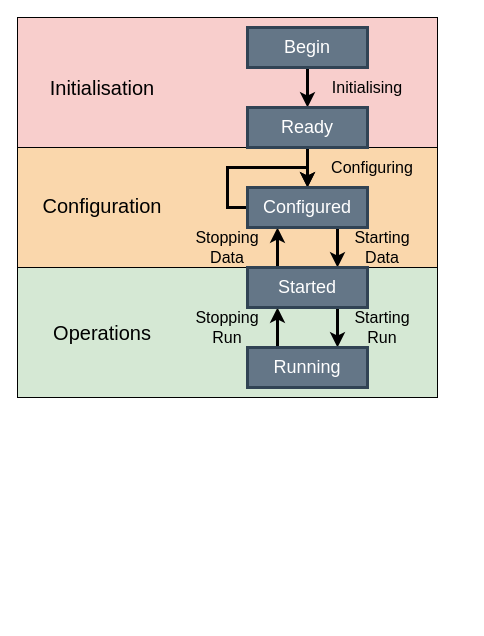
joshtingey/phd-thesis keeps this draw.io diagram as diagrams/5-daq/fsm.drawio. Above is the earlier version. Source tidied: cells renumbered, new cells numbered last; positions are measured from the earlier drawing's top-left corner, leaving out a move shared by most shapes. Both pictures are drawn from the tidied source at 100%, with x=0, y=0 at pixel (17, 17).
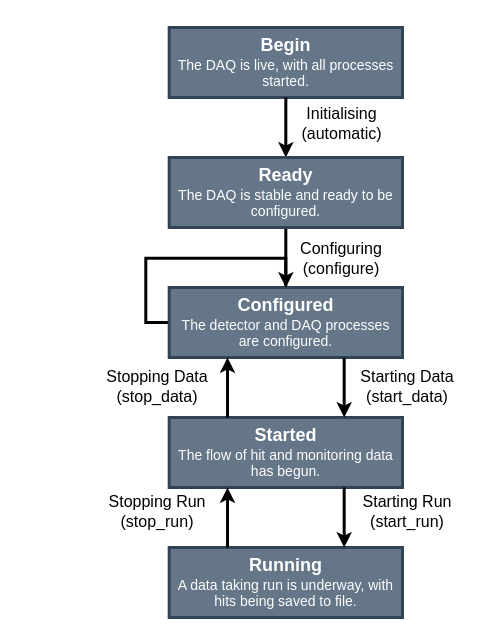
The same diagram, later.

Diff of the diagram source:
```diff
@@
-    <mxCell id="2" style="rounded=0;whiteSpace=wrap;html=1;fillColor=#d5e8d4;" parent="1" vertex="1">
-      <mxGeometry y="250" width="420" height="130" as="geometry" />
-    </mxCell>
-    <mxCell id="3" style="rounded=0;whiteSpace=wrap;html=1;fillColor=#fad7ac;" parent="1" vertex="1">
-      <mxGeometry y="130" width="420" height="120" as="geometry" />
-    </mxCell>
-    <mxCell id="4" style="rounded=0;whiteSpace=wrap;html=1;fillColor=#f8cecc;" parent="1" vertex="1">
-      <mxGeometry width="420" height="130" as="geometry" />
-    </mxCell>
-    <mxCell id="5" style="endArrow=classic;html=1;strokeWidth=3;exitX=0.5;exitY=1;exitDx=0;exitDy=0;entryX=0.5;entryY=0;entryDx=0;entryDy=0;" parent="1" edge="1" source="21" target="22">
-      <mxGeometry relative="1" as="geometry" />
-    </mxCell>
-    <mxCell id="6" style="endArrow=classic;html=1;strokeWidth=3;exitX=0.5;exitY=1;exitDx=0;exitDy=0;entryX=0.5;entryY=0;entryDx=0;entryDy=0;" parent="1" edge="1" source="22" target="23">
-      <mxGeometry relative="1" as="geometry" />
-    </mxCell>
-    <mxCell id="7" style="endArrow=classic;html=1;strokeWidth=3;exitX=0.75;exitY=1;exitDx=0;exitDy=0;entryX=0.75;entryY=0;entryDx=0;entryDy=0;" parent="1" edge="1" source="23" target="24">
-      <mxGeometry relative="1" as="geometry" />
-    </mxCell>
-    <mxCell id="8" style="endArrow=classic;html=1;strokeWidth=3;exitX=0.75;exitY=1;exitDx=0;exitDy=0;entryX=0.75;entryY=0;entryDx=0;entryDy=0;" parent="1" edge="1" source="24" target="25">
-      <mxGeometry relative="1" as="geometry" />
-    </mxCell>
-    <mxCell id="9" value="&lt;font style=&quot;font-size: 16px&quot; face=&quot;lmodern&quot;&gt;Configuring&lt;/font&gt;" style="text;html=1;strokeColor=none;fillColor=none;align=center;verticalAlign=middle;whiteSpace=wrap;rounded=0;" parent="1" vertex="1">
-      <mxGeometry x="300" y="140" width="110" height="20" as="geometry" />
+    <mxCell id="9" value="&lt;font style=&quot;font-size: 16px&quot; face=&quot;lmodern&quot;&gt;Configuring (configure)&lt;br&gt;&lt;/font&gt;" style="text;html=1;strokeColor=none;fillColor=none;align=center;verticalAlign=middle;whiteSpace=wrap;rounded=0;" parent="1" vertex="1">
+      <mxGeometry x="268.3" y="224.7" width="111.7" height="32.1" as="geometry" />
     </mxCell>
-    <mxCell id="10" value="&lt;font style=&quot;font-size: 16px&quot; face=&quot;lmodern&quot;&gt;Initialising&lt;/font&gt;" style="text;html=1;strokeColor=none;fillColor=none;align=center;verticalAlign=middle;whiteSpace=wrap;rounded=0;" parent="1" vertex="1">
-      <mxGeometry x="300" y="60" width="100" height="20" as="geometry" />
+    <mxCell id="10" value="&lt;font style=&quot;font-size: 16px&quot; face=&quot;lmodern&quot;&gt;Initialising (automatic)&lt;br&gt;&lt;/font&gt;" style="text;html=1;strokeColor=none;fillColor=none;align=center;verticalAlign=middle;whiteSpace=wrap;rounded=0;" parent="1" vertex="1">
+      <mxGeometry x="265.8" y="90" width="116.7" height="32.1" as="geometry" />
     </mxCell>
-    <mxCell id="11" value="&lt;font style=&quot;font-size: 16px&quot; face=&quot;lmodern&quot;&gt;Starting Data&lt;br&gt;&lt;/font&gt;" style="text;html=1;strokeColor=none;fillColor=none;align=center;verticalAlign=middle;whiteSpace=wrap;rounded=0;" parent="1" vertex="1">
-      <mxGeometry x="330" y="220" width="70" height="20" as="geometry" />
+    <mxCell id="11" value="&lt;font style=&quot;font-size: 16px&quot; face=&quot;lmodern&quot;&gt;Starting Data (start_data)&lt;br&gt;&lt;/font&gt;" style="text;html=1;strokeColor=none;fillColor=none;align=center;verticalAlign=middle;whiteSpace=wrap;rounded=0;" parent="1" vertex="1">
+      <mxGeometry x="330" y="353.2" width="120" height="32.1" as="geometry" />
     </mxCell>
+    <mxCell id="17" style="endArrow=classic;html=1;strokeWidth=3;exitX=0;exitY=0.5;exitDx=0;exitDy=0;edgeStyle=orthogonalEdgeStyle;rounded=0;entryX=0.5;entryY=0;entryDx=0;entryDy=0;" parent="1" edge="1" source="23" target="23">
+      <mxGeometry x="270" y="110" as="geometry">
+        <Array as="points">
+          <mxPoint x="128.3" y="305" />
+          <mxPoint x="128.3" y="240.8" />
+          <mxPoint x="268.3" y="240.8" />
+          <mxPoint x="268.3" y="272.9" />
+        </Array>
+      </mxGeometry>
+    </mxCell>
+    <mxCell id="21" value="&lt;div&gt;&lt;b&gt;&lt;font style=&quot;font-size: 18px&quot; face=&quot;lmodern&quot;&gt;Begin&lt;/font&gt;&lt;/b&gt;&lt;/div&gt;&lt;div style=&quot;font-size: 14px&quot; align=&quot;center&quot;&gt;&lt;font style=&quot;font-size: 14px&quot; face=&quot;lmodern&quot;&gt;The DA&lt;font style=&quot;font-size: 14px&quot;&gt;Q is live, with all processes started.&lt;br&gt;&lt;/font&gt;&lt;/font&gt;&lt;/div&gt;" style="rounded=0;whiteSpace=wrap;html=1;fillColor=#647687;strokeWidth=3;fontColor=#ffffff;strokeColor=#314354;" parent="1" vertex="1">
+      <mxGeometry x="151.7" y="10" width="233.3" height="70" as="geometry" />
+    </mxCell>
+    <mxCell id="5" style="endArrow=classic;html=1;strokeWidth=3;exitX=0.5;exitY=1;exitDx=0;exitDy=0;entryX=0.5;entryY=0;entryDx=0;entryDy=0;" parent="1" edge="1" source="21">
+      <mxGeometry x="270" y="110" as="geometry">
+        <mxPoint x="268.3" y="140" as="targetPoint" />
+      </mxGeometry>
+    </mxCell>
+    <mxCell id="23" value="&lt;div&gt;&lt;b&gt;&lt;font style=&quot;font-size: 18px&quot; face=&quot;lmodern&quot;&gt;Configured&lt;/font&gt;&lt;/b&gt;&lt;/div&gt;&lt;div style=&quot;font-size: 14px&quot;&gt;&lt;font style=&quot;font-size: 14px&quot; face=&quot;lmodern&quot;&gt;The detector and DAQ processes are configured. &lt;br&gt;&lt;/font&gt;&lt;/div&gt;" style="rounded=0;whiteSpace=wrap;html=1;fillColor=#647687;strokeWidth=3;fontColor=#ffffff;strokeColor=#314354;" parent="1" vertex="1">
+      <mxGeometry x="151.7" y="270" width="233.3" height="70" as="geometry" />
+    </mxCell>
+    <mxCell id="6" style="endArrow=classic;html=1;strokeWidth=3;exitX=0.5;exitY=1;exitDx=0;exitDy=0;entryX=0.5;entryY=0;entryDx=0;entryDy=0;" parent="1" edge="1" target="23">
+      <mxGeometry x="270" y="110" as="geometry">
+        <mxPoint x="268.3" y="208.7" as="sourcePoint" />
+      </mxGeometry>
+    </mxCell>
+    <mxCell id="24" value="&lt;div&gt;&lt;b&gt;&lt;font style=&quot;font-size: 18px&quot; face=&quot;lmodern&quot;&gt;Started&lt;/font&gt;&lt;/b&gt;&lt;/div&gt;&lt;div style=&quot;font-size: 14px&quot;&gt;&lt;font style=&quot;font-size: 14px&quot; face=&quot;lmodern&quot;&gt;The flow of hit and monitoring data has begun.&lt;br&gt;&lt;/font&gt;&lt;/div&gt;" style="rounded=0;whiteSpace=wrap;html=1;fillColor=#647687;strokeWidth=3;fontColor=#ffffff;strokeColor=#314354;" parent="1" vertex="1">
+      <mxGeometry x="151.7" y="400" width="233.3" height="70" as="geometry" />
+    </mxCell>
+    <mxCell id="7" style="endArrow=classic;html=1;strokeWidth=3;exitX=0.75;exitY=1;exitDx=0;exitDy=0;entryX=0.75;entryY=0;entryDx=0;entryDy=0;" parent="1" edge="1" source="23" target="24">
+      <mxGeometry x="270" y="110" as="geometry" />
+    </mxCell>
     <mxCell id="12" style="endArrow=classic;html=1;strokeWidth=3;exitX=0.25;exitY=0;exitDx=0;exitDy=0;entryX=0.25;entryY=1;entryDx=0;entryDy=0;" parent="1" edge="1" source="24" target="23">
-      <mxGeometry relative="1" as="geometry" />
+      <mxGeometry x="270" y="110" as="geometry" />
     </mxCell>
+    <mxCell id="25" value="&lt;div&gt;&lt;b&gt;&lt;font style=&quot;font-size: 18px&quot; face=&quot;lmodern&quot;&gt;Running&lt;/font&gt;&lt;/b&gt;&lt;/div&gt;&lt;div style=&quot;font-size: 14px&quot;&gt;&lt;font style=&quot;font-size: 14px&quot; face=&quot;lmodern&quot;&gt;A data taking run is underway, with hits being saved to file.&lt;br&gt;&lt;/font&gt;&lt;/div&gt;" style="rounded=0;whiteSpace=wrap;html=1;fillColor=#647687;strokeWidth=3;fontColor=#ffffff;strokeColor=#314354;" parent="1" vertex="1">
+      <mxGeometry x="151.7" y="530" width="233.3" height="70" as="geometry" />
+    </mxCell>
+    <mxCell id="8" style="endArrow=classic;html=1;strokeWidth=3;exitX=0.75;exitY=1;exitDx=0;exitDy=0;entryX=0.75;entryY=0;entryDx=0;entryDy=0;" parent="1" edge="1" source="24" target="25">
+      <mxGeometry x="270" y="110" as="geometry" />
+    </mxCell>
     <mxCell id="13" style="endArrow=classic;html=1;strokeWidth=3;exitX=0.25;exitY=0;exitDx=0;exitDy=0;entryX=0.25;entryY=1;entryDx=0;entryDy=0;" parent="1" edge="1" source="25" target="24">
-      <mxGeometry relative="1" as="geometry" />
+      <mxGeometry x="270" y="110" as="geometry" />
     </mxCell>
-    <mxCell id="14" value="&lt;font style=&quot;font-size: 16px&quot; face=&quot;lmodern&quot;&gt;Starting Run&lt;br&gt;&lt;/font&gt;" style="text;html=1;strokeColor=none;fillColor=none;align=center;verticalAlign=middle;whiteSpace=wrap;rounded=0;" parent="1" vertex="1">
-      <mxGeometry x="330" y="300" width="70" height="20" as="geometry" />
-    </mxCell>
-    <mxCell id="15" value="&lt;font style=&quot;font-size: 16px&quot; face=&quot;lmodern&quot;&gt;Stopping Run&lt;br&gt;&lt;/font&gt;" style="text;html=1;strokeColor=none;fillColor=none;align=center;verticalAlign=middle;whiteSpace=wrap;rounded=0;" parent="1" vertex="1">
-      <mxGeometry x="170" y="300" width="80" height="20" as="geometry" />
-    </mxCell>
-    <mxCell id="16" value="&lt;font style=&quot;font-size: 16px&quot; face=&quot;lmodern&quot;&gt;Stopping Data&lt;br&gt;&lt;/font&gt;" style="text;html=1;strokeColor=none;fillColor=none;align=center;verticalAlign=middle;whiteSpace=wrap;rounded=0;" parent="1" vertex="1">
-      <mxGeometry x="170" y="220" width="80" height="20" as="geometry" />
-    </mxCell>
-    <mxCell id="17" style="endArrow=classic;html=1;strokeWidth=3;exitX=0;exitY=0.5;exitDx=0;exitDy=0;edgeStyle=orthogonalEdgeStyle;rounded=0;entryX=0.5;entryY=0;entryDx=0;entryDy=0;" parent="1" edge="1" source="23" target="23">
-      <mxGeometry relative="1" as="geometry">
-        <Array as="points">
-          <mxPoint x="210" y="190" />
-          <mxPoint x="210" y="150" />
-          <mxPoint x="290" y="150" />
-        </Array>
-      </mxGeometry>
-    </mxCell>
-    <mxCell id="18" value="&lt;font style=&quot;font-size: 20px&quot; face=&quot;lmodern&quot;&gt;Operations&lt;/font&gt;" style="text;html=1;strokeColor=none;fillColor=none;align=center;verticalAlign=middle;whiteSpace=wrap;rounded=0;rotation=0;" parent="1" vertex="1">
-      <mxGeometry x="15" y="297.5" width="140" height="35" as="geometry" />
-    </mxCell>
-    <mxCell id="19" value="&lt;font style=&quot;font-size: 20px&quot; face=&quot;lmodern&quot;&gt;Configuration&lt;/font&gt;" style="text;html=1;strokeColor=none;fillColor=none;align=center;verticalAlign=middle;whiteSpace=wrap;rounded=0;rotation=0;" parent="1" vertex="1">
-      <mxGeometry x="20" y="170" width="130" height="35" as="geometry" />
-    </mxCell>
-    <mxCell id="20" value="&lt;font style=&quot;font-size: 20px&quot; face=&quot;lmodern&quot;&gt;Initialisation&lt;/font&gt;" style="text;html=1;fillColor=none;align=center;verticalAlign=middle;whiteSpace=wrap;rounded=0;rotation=0;" parent="1" vertex="1">
-      <mxGeometry x="20" y="52.5" width="130" height="35" as="geometry" />
-    </mxCell>
-    <mxCell id="21" value="&lt;font style=&quot;font-size: 18px&quot; face=&quot;lmodern&quot;&gt;Begin&lt;br&gt;&lt;/font&gt;" style="rounded=0;whiteSpace=wrap;html=1;fillColor=#647687;strokeWidth=3;fontColor=#ffffff;strokeColor=#314354;" parent="1" vertex="1">
-      <mxGeometry x="230" y="10" width="120" height="40" as="geometry" />
-    </mxCell>
-    <mxCell id="22" value="&lt;font style=&quot;font-size: 18px&quot; face=&quot;lmodern&quot;&gt;Ready&lt;br&gt;&lt;/font&gt;" style="rounded=0;whiteSpace=wrap;html=1;fillColor=#647687;strokeWidth=3;fontColor=#ffffff;strokeColor=#314354;" parent="1" vertex="1">
-      <mxGeometry x="230" y="90" width="120" height="40" as="geometry" />
-    </mxCell>
-    <mxCell id="23" value="&lt;font style=&quot;font-size: 18px&quot; face=&quot;lmodern&quot;&gt;Configured&lt;br&gt;&lt;/font&gt;" style="rounded=0;whiteSpace=wrap;html=1;fillColor=#647687;strokeWidth=3;fontColor=#ffffff;strokeColor=#314354;" parent="1" vertex="1">
-      <mxGeometry x="230" y="170" width="120" height="40" as="geometry" />
-    </mxCell>
-    <mxCell id="24" value="&lt;font style=&quot;font-size: 18px&quot; face=&quot;lmodern&quot;&gt;Started&lt;/font&gt;" style="rounded=0;whiteSpace=wrap;html=1;fillColor=#647687;strokeWidth=3;fontColor=#ffffff;strokeColor=#314354;" parent="1" vertex="1">
-      <mxGeometry x="230" y="250" width="120" height="40" as="geometry" />
-    </mxCell>
-    <mxCell id="25" value="&lt;font style=&quot;font-size: 18px&quot; face=&quot;lmodern&quot;&gt;Running&lt;br&gt;&lt;/font&gt;" style="rounded=0;whiteSpace=wrap;html=1;fillColor=#647687;strokeWidth=3;fontColor=#ffffff;strokeColor=#314354;" parent="1" vertex="1">
-      <mxGeometry x="230" y="330" width="120" height="40" as="geometry" />
-    </mxCell>
+    <mxCell id="26" value="&lt;div&gt;&lt;b&gt;&lt;font style=&quot;font-size: 18px&quot; face=&quot;lmodern&quot;&gt;Ready&lt;/font&gt;&lt;/b&gt;&lt;/div&gt;&lt;div style=&quot;font-size: 14px&quot;&gt;&lt;font style=&quot;font-size: 14px&quot; face=&quot;lmodern&quot;&gt;The DAQ is stable and ready to be configured. &lt;br&gt;&lt;/font&gt;&lt;/div&gt;" style="rounded=0;whiteSpace=wrap;html=1;fillColor=#647687;strokeWidth=3;fontColor=#ffffff;strokeColor=#314354;" parent="1" vertex="1">
+      <mxGeometry x="151.7" y="140" width="233.3" height="70" as="geometry" />
+    </mxCell>
+    <mxCell id="27" value="&lt;font style=&quot;font-size: 16px&quot; face=&quot;lmodern&quot;&gt;Starting Run (start_run)&lt;br&gt;&lt;/font&gt;" style="text;html=1;strokeColor=none;fillColor=none;align=center;verticalAlign=middle;whiteSpace=wrap;rounded=0;" parent="1" vertex="1">
+      <mxGeometry x="330" y="477.6" width="120" height="32.1" as="geometry" />
+    </mxCell>
+    <mxCell id="28" value="&lt;font style=&quot;font-size: 16px&quot; face=&quot;lmodern&quot;&gt;Stopping Run (stop_run)&lt;br&gt;&lt;/font&gt;" style="text;html=1;strokeColor=none;fillColor=none;align=center;verticalAlign=middle;whiteSpace=wrap;rounded=0;" parent="1" vertex="1">
+      <mxGeometry x="80" y="477.6" width="120" height="32.1" as="geometry" />
+    </mxCell>
+    <mxCell id="29" value="&lt;font style=&quot;font-size: 16px&quot; face=&quot;lmodern&quot;&gt;Stopping Data (stop_data)&lt;br&gt;&lt;/font&gt;" style="text;html=1;strokeColor=none;fillColor=none;align=center;verticalAlign=middle;whiteSpace=wrap;rounded=0;" parent="1" vertex="1">
+      <mxGeometry x="80" y="353.2" width="120" height="32.1" as="geometry" />
+    </mxCell>
```
